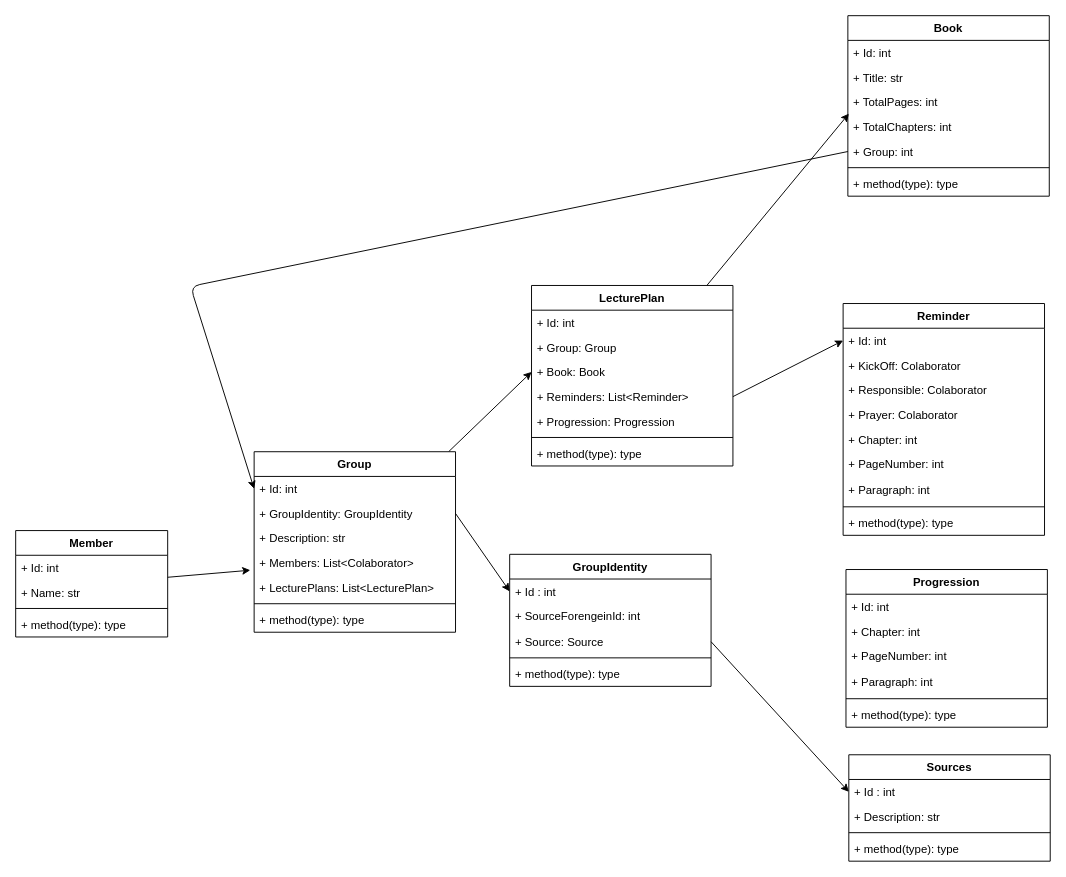
The draw.io diagram doc/getting-started.drawio in ssdaniel96/Old-LGM, before the edit. Source tidied: cells renumbered, new cells numbered last; positions are measured from the earlier drawing's top-left corner, leaving out a move shared by most shapes. Both pictures are drawn from the tidied source at 95%, with x=0, y=0 at pixel (15, 15).
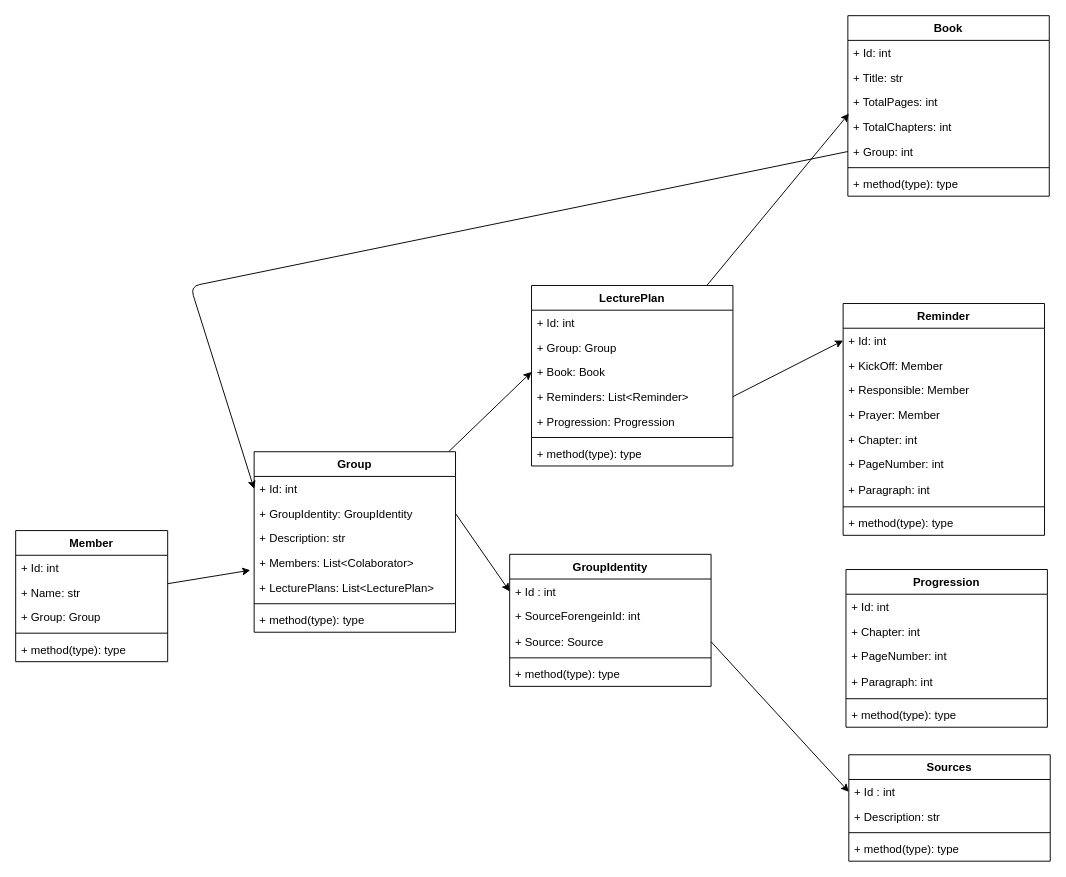
Above is the later version.

The change refers to these unchanged cells:
```xml
<mxCell id="17" value="Reminder" style="swimlane;fontStyle=1;align=center;verticalAlign=top;horizontal=1;startSize=26;" parent="1" vertex="1">
  <mxGeometry x="871" y="303" width="212" height="244" as="geometry" />
</mxCell>
```

The edit, as a diff of the source:
```diff
@@
     <mxCell id="3" value="Member" style="swimlane;fontStyle=1;align=center;verticalAlign=top;horizontal=1;startSize=26;" parent="1" vertex="1">
-      <mxGeometry y="542" width="160" height="112" as="geometry" />
+      <mxGeometry y="542" width="160" height="138" as="geometry" />
     </mxCell>
@@
+    <mxCell id="66" value="+ Group: Group" style="text;strokeColor=none;fillColor=none;align=left;verticalAlign=top;spacingLeft=4;spacingRight=4;overflow=hidden;" parent="3" vertex="1">
+      <mxGeometry y="78" width="160" height="26" as="geometry" />
+    </mxCell>
     <mxCell id="6" style="line;strokeWidth=1;fillColor=none;align=left;verticalAlign=middle;spacingTop=-1;spacingLeft=3;spacingRight=3;labelPosition=right;" parent="3" vertex="1">
-      <mxGeometry y="78" width="160" height="8" as="geometry" />
+      <mxGeometry y="104" width="160" height="8" as="geometry" />
     </mxCell>
     <mxCell id="7" value="+ method(type): type" style="text;strokeColor=none;fillColor=none;align=left;verticalAlign=top;spacingLeft=4;spacingRight=4;overflow=hidden;" parent="3" vertex="1">
-      <mxGeometry y="86" width="160" height="26" as="geometry" />
+      <mxGeometry y="112" width="160" height="26" as="geometry" />
     </mxCell>
@@
-    <mxCell id="19" value="+ KickOff: Colaborator" style="text;strokeColor=none;fillColor=none;align=left;verticalAlign=top;spacingLeft=4;spacingRight=4;overflow=hidden;" parent="17" vertex="1">
+    <mxCell id="19" value="+ KickOff: Member" style="text;strokeColor=none;fillColor=none;align=left;verticalAlign=top;spacingLeft=4;spacingRight=4;overflow=hidden;" parent="17" vertex="1">
       <mxGeometry y="52" width="212" height="26" as="geometry" />
     </mxCell>
-    <mxCell id="20" value="+ Responsible: Colaborator" style="text;strokeColor=none;fillColor=none;align=left;verticalAlign=top;spacingLeft=4;spacingRight=4;overflow=hidden;" parent="17" vertex="1">
+    <mxCell id="20" value="+ Responsible: Member" style="text;strokeColor=none;fillColor=none;align=left;verticalAlign=top;spacingLeft=4;spacingRight=4;overflow=hidden;" parent="17" vertex="1">
       <mxGeometry y="78" width="212" height="26" as="geometry" />
     </mxCell>
-    <mxCell id="21" value="+ Prayer: Colaborator" style="text;strokeColor=none;fillColor=none;align=left;verticalAlign=top;spacingLeft=4;spacingRight=4;overflow=hidden;" parent="17" vertex="1">
+    <mxCell id="21" value="+ Prayer: Member" style="text;strokeColor=none;fillColor=none;align=left;verticalAlign=top;spacingLeft=4;spacingRight=4;overflow=hidden;" parent="17" vertex="1">
       <mxGeometry y="104" width="212" height="26" as="geometry" />
     </mxCell>
```
